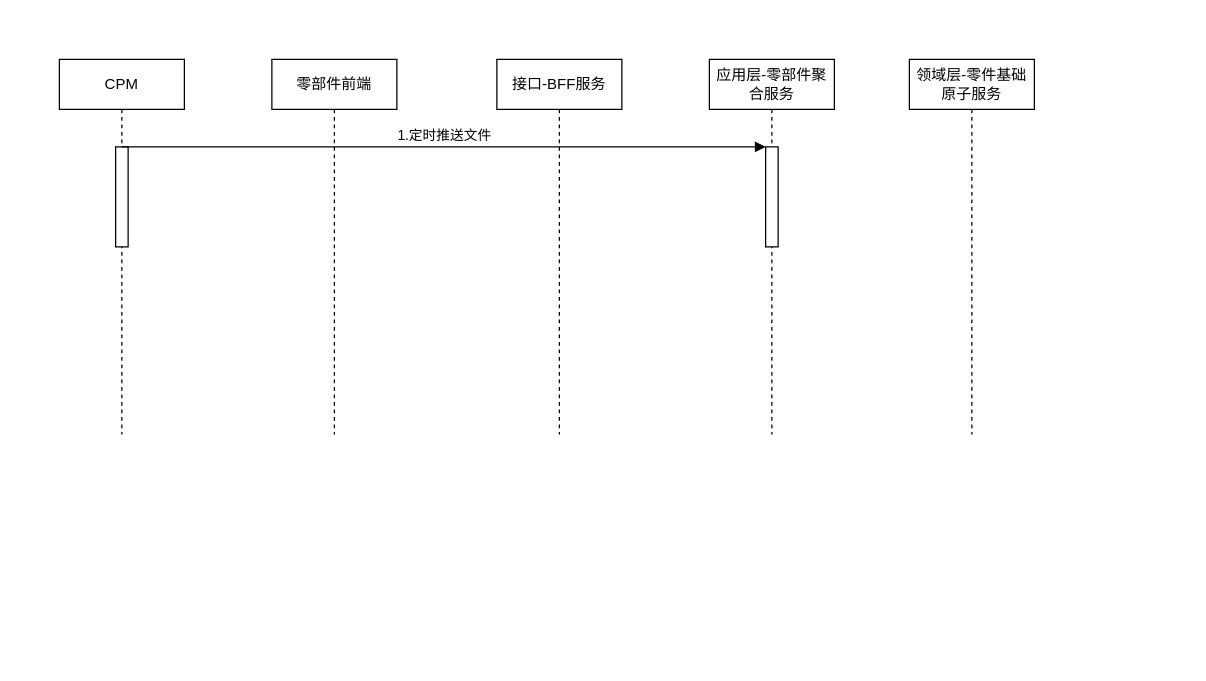
Earlier version of the draw.io diagram page "定时任务-行为图" (2 of 4) of 零件主信息.drawio (1132489442/gitRepository1). Source tidied: cells renumbered, new cells numbered last; positions are measured from the earlier drawing's top-left corner, leaving out a move shared by most shapes. Both pictures are drawn from the tidied source at 125%, with x=0, y=0 at pixel (59, 59).
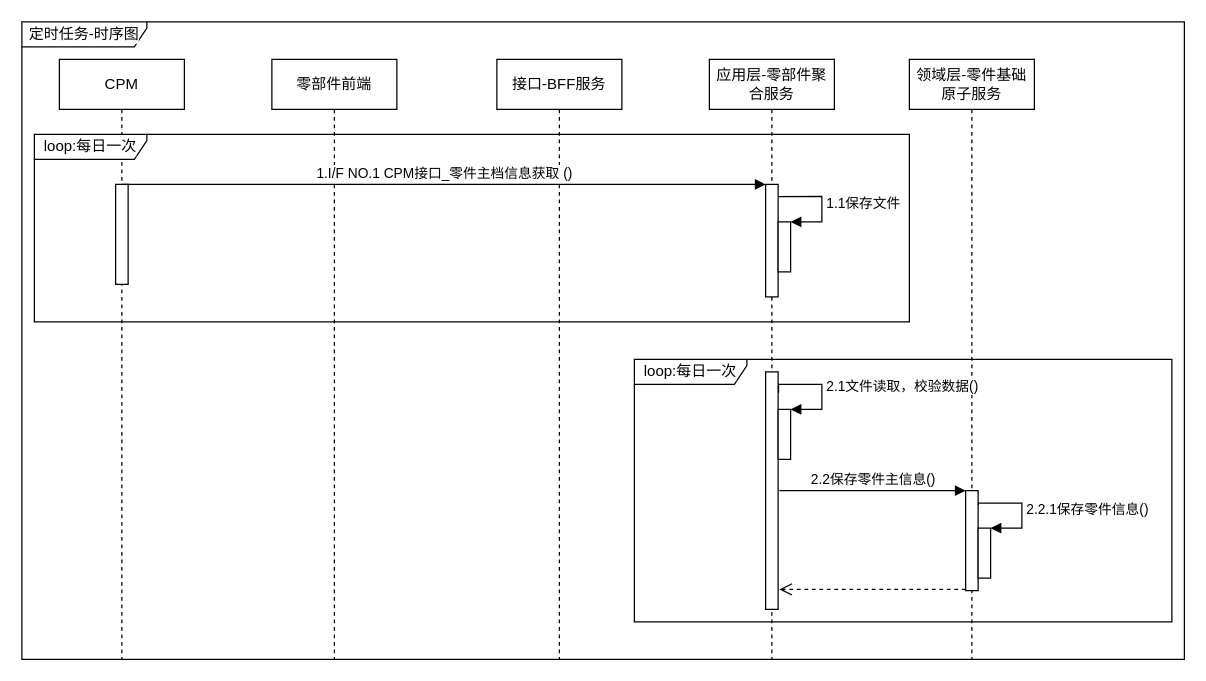
After the change.

The edit, as a diff of the source:
```diff
@@
     <mxCell id="2" value="领域层-零件基础原子服务" style="shape=umlLifeline;perimeter=lifelinePerimeter;whiteSpace=wrap;html=1;labelBackgroundColor=#FFFFFF;fillColor=#FFFFFF;" parent="1" vertex="1">
-      <mxGeometry x="680" width="100" height="300" as="geometry" />
+      <mxGeometry x="680" width="100" height="480" as="geometry" />
     </mxCell>
+    <mxCell id="10" style="html=1;points=[];perimeter=orthogonalPerimeter;labelBackgroundColor=#FFFFFF;fillColor=#FFFFFF;" parent="2" vertex="1">
+      <mxGeometry x="45" y="345" width="10" height="80" as="geometry" />
+    </mxCell>
+    <mxCell id="11" style="html=1;points=[];perimeter=orthogonalPerimeter;labelBackgroundColor=#FFFFFF;fillColor=#FFFFFF;" parent="2" vertex="1">
+      <mxGeometry x="55" y="375" width="10" height="40" as="geometry" />
+    </mxCell>
+    <mxCell id="12" value="2.2.1保存零件信息()" style="edgeStyle=orthogonalEdgeStyle;html=1;align=left;spacingLeft=2;endArrow=block;rounded=0;entryX=1;entryY=0;exitX=1.018;exitY=0.143;exitDx=0;exitDy=0;exitPerimeter=0;" parent="2" edge="1" source="10" target="11">
+      <mxGeometry relative="1" as="geometry">
+        <Array as="points">
+          <mxPoint x="55" y="355" />
+          <mxPoint x="90" y="355" />
+          <mxPoint x="90" y="375" />
+        </Array>
+      </mxGeometry>
+    </mxCell>
     <mxCell id="3" value="应用层-零部件聚合服务" style="shape=umlLifeline;perimeter=lifelinePerimeter;whiteSpace=wrap;html=1;labelBackgroundColor=#FFFFFF;fillColor=#FFFFFF;" parent="1" vertex="1">
-      <mxGeometry x="520" width="100" height="300" as="geometry" />
+      <mxGeometry x="520" width="100" height="480" as="geometry" />
     </mxCell>
     <mxCell id="4" style="html=1;points=[];perimeter=orthogonalPerimeter;labelBackgroundColor=#FFFFFF;fillColor=#FFFFFF;" parent="3" vertex="1">
-      <mxGeometry x="45" y="70" width="10" height="80" as="geometry" />
+      <mxGeometry x="45" y="100" width="10" height="90" as="geometry" />
     </mxCell>
+    <mxCell id="13" style="html=1;points=[];perimeter=orthogonalPerimeter;labelBackgroundColor=#FFFFFF;fillColor=#FFFFFF;" parent="3" vertex="1">
+      <mxGeometry x="45" y="250" width="10" height="190" as="geometry" />
+    </mxCell>
+    <mxCell id="14" style="html=1;points=[];perimeter=orthogonalPerimeter;labelBackgroundColor=#FFFFFF;fillColor=#FFFFFF;" parent="3" vertex="1">
+      <mxGeometry x="55" y="130" width="10" height="40" as="geometry" />
+    </mxCell>
+    <mxCell id="15" value="1.1保存文件" style="edgeStyle=orthogonalEdgeStyle;html=1;align=left;spacingLeft=2;endArrow=block;rounded=0;entryX=1;entryY=0;exitX=1.014;exitY=0.108;exitDx=0;exitDy=0;exitPerimeter=0;" parent="3" edge="1" source="4" target="14">
+      <mxGeometry relative="1" as="geometry">
+        <Array as="points">
+          <mxPoint x="90" y="110" />
+          <mxPoint x="90" y="130" />
+        </Array>
+      </mxGeometry>
+    </mxCell>
+    <mxCell id="16" style="html=1;points=[];perimeter=orthogonalPerimeter;labelBackgroundColor=#FFFFFF;fillColor=#FFFFFF;" parent="3" vertex="1">
+      <mxGeometry x="55" y="280" width="10" height="40" as="geometry" />
+    </mxCell>
+    <mxCell id="17" value="2.1文件读取，校验数据()" style="edgeStyle=orthogonalEdgeStyle;html=1;align=left;spacingLeft=2;endArrow=block;rounded=0;entryX=1;entryY=0;exitX=1.033;exitY=0.088;exitDx=0;exitDy=0;exitPerimeter=0;" parent="3" edge="1" source="13" target="16">
+      <mxGeometry relative="1" as="geometry">
+        <Array as="points">
+          <mxPoint x="90" y="260" />
+          <mxPoint x="90" y="280" />
+        </Array>
+      </mxGeometry>
+    </mxCell>
     <mxCell id="5" value="接口-BFF服务" style="shape=umlLifeline;perimeter=lifelinePerimeter;whiteSpace=wrap;html=1;labelBackgroundColor=#FFFFFF;fillColor=#FFFFFF;" parent="1" vertex="1">
-      <mxGeometry x="350" width="100" height="300" as="geometry" />
+      <mxGeometry x="350" width="100" height="480" as="geometry" />
     </mxCell>
     <mxCell id="6" value="零部件前端" style="shape=umlLifeline;perimeter=lifelinePerimeter;whiteSpace=wrap;html=1;labelBackgroundColor=#FFFFFF;fillColor=#FFFFFF;" parent="1" vertex="1">
-      <mxGeometry x="170" width="100" height="300" as="geometry" />
+      <mxGeometry x="170" width="100" height="480" as="geometry" />
     </mxCell>
     <mxCell id="7" value="CPM" style="shape=umlLifeline;perimeter=lifelinePerimeter;whiteSpace=wrap;html=1;labelBackgroundColor=#FFFFFF;fillColor=#FFFFFF;" parent="1" vertex="1">
-      <mxGeometry width="100" height="300" as="geometry" />
+      <mxGeometry width="100" height="480" as="geometry" />
     </mxCell>
     <mxCell id="8" style="html=1;perimeter=orthogonalPerimeter;labelBackgroundColor=#FFFFFF;fillColor=#FFFFFF;" parent="7" vertex="1">
-      <mxGeometry x="45" y="70" width="10" height="80" as="geometry" />
+      <mxGeometry x="45" y="100" width="10" height="80" as="geometry" />
     </mxCell>
-    <mxCell id="9" value="1.定时推送文件" style="html=1;verticalAlign=bottom;endArrow=block;entryX=0;entryY=0;rounded=0;" parent="1" edge="1" target="4">
+    <mxCell id="9" value="1.I/F NO.1 CPM接口_零件主档信息获取 ()" style="html=1;verticalAlign=bottom;endArrow=block;entryX=0;entryY=0;rounded=0;" parent="1" edge="1" target="4">
       <mxGeometry relative="1" as="geometry">
-        <mxPoint x="50" y="70" as="sourcePoint" />
+        <mxPoint x="50" y="100" as="sourcePoint" />
       </mxGeometry>
     </mxCell>
+    <mxCell id="18" value="2.2保存零件主信息()" style="html=1;verticalAlign=bottom;endArrow=block;entryX=0;entryY=0;rounded=0;" parent="1" edge="1" target="10">
+      <mxGeometry relative="1" as="geometry">
+        <mxPoint x="576" y="345" as="sourcePoint" />
+      </mxGeometry>
+    </mxCell>
+    <mxCell id="19" style="html=1;verticalAlign=bottom;endArrow=open;dashed=1;endSize=8;exitX=0;exitY=0.95;rounded=0;" parent="1" edge="1">
+      <mxGeometry relative="1" as="geometry">
+        <mxPoint x="725" y="424" as="sourcePoint" />
+        <mxPoint x="576" y="424" as="targetPoint" />
+      </mxGeometry>
+    </mxCell>
+    <mxCell id="20" value="loop:每日一次" style="shape=umlFrame;whiteSpace=wrap;html=1;labelBackgroundColor=#FFFFFF;fillColor=#FFFFFF;width=90;height=20;" parent="1" vertex="1">
+      <mxGeometry x="-20" y="60" width="700" height="150" as="geometry" />
+    </mxCell>
+    <mxCell id="21" value="loop:每日一次" style="shape=umlFrame;whiteSpace=wrap;html=1;labelBackgroundColor=#FFFFFF;fillColor=#FFFFFF;width=90;height=20;" parent="1" vertex="1">
+      <mxGeometry x="460" y="240" width="430" height="210" as="geometry" />
+    </mxCell>
+    <mxCell id="22" value="定时任务-时序图" style="shape=umlFrame;whiteSpace=wrap;html=1;labelBackgroundColor=#FFFFFF;fillColor=#FFFFFF;width=100;height=20;" parent="1" vertex="1">
+      <mxGeometry x="-30" y="-30" width="930" height="510" as="geometry" />
+    </mxCell>
```
